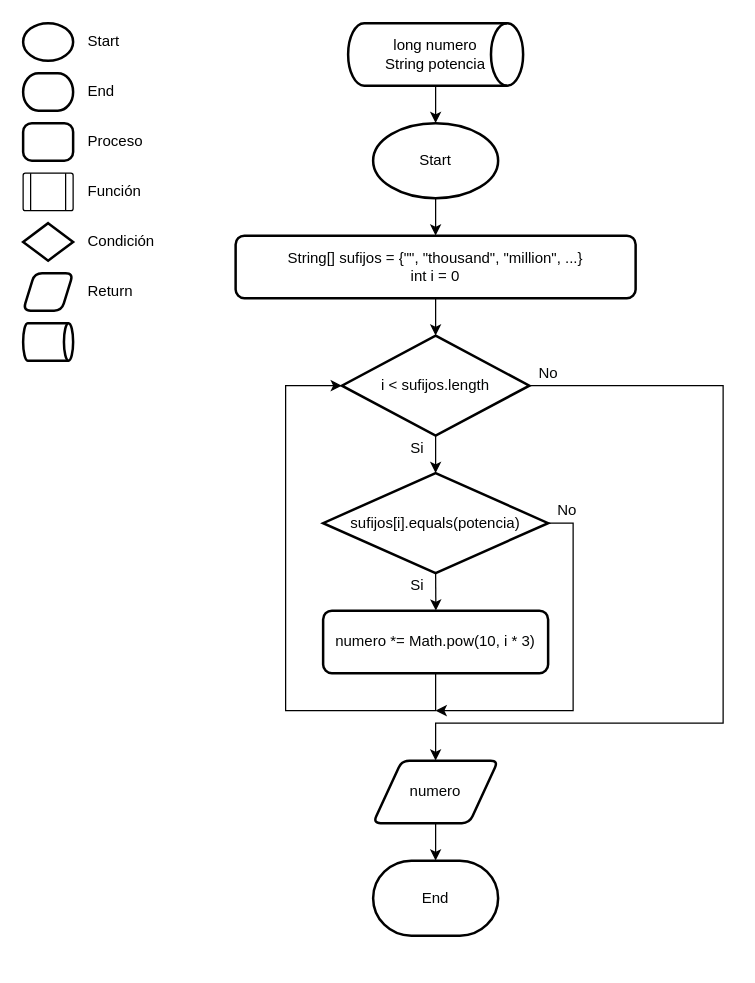
KyPH-Phoenix/Programacio-GS2021 keeps this draw.io diagram as Proyectos intellij/Practica 1 - NUMBERS/diagrama de flujo - multiplicarPorPotencia.drawio. Above is the earlier version. Source tidied: cells renumbered, new cells numbered last; positions are measured from the earlier drawing's top-left corner, leaving out a move shared by most shapes. Both pictures are drawn from the tidied source at 125%, with x=0, y=0 at pixel (22, 22).
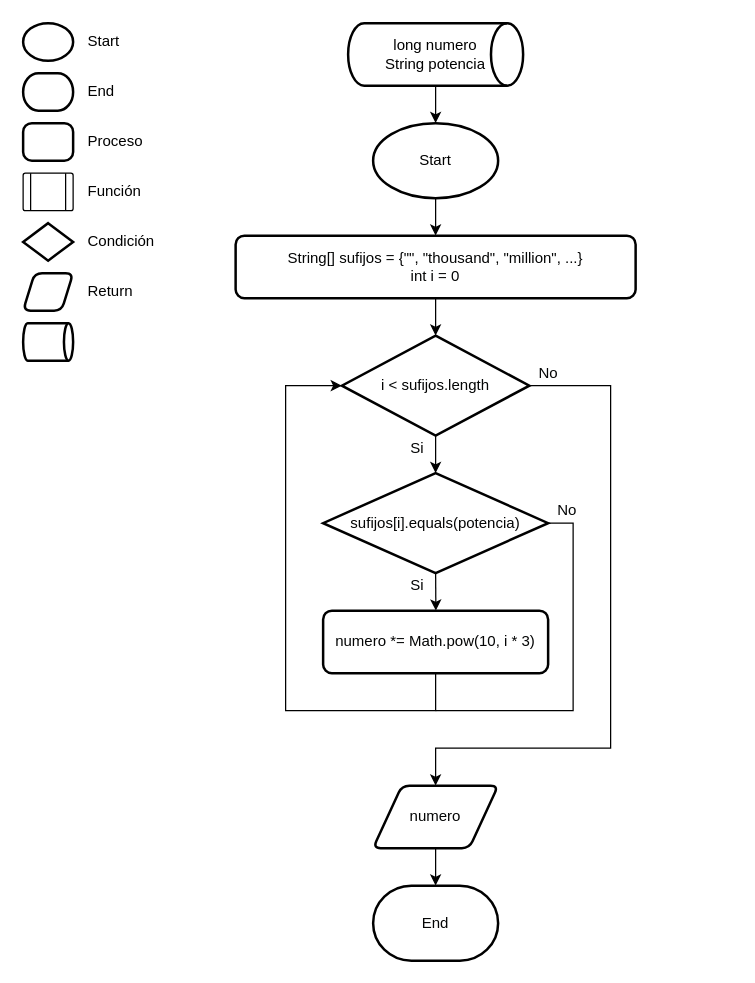
The same diagram, later.

The change refers to these unchanged cells:
```xml
<mxCell id="23" value="i &amp;lt; sufijos.length" style="strokeWidth=2;html=1;shape=mxgraph.flowchart.decision;whiteSpace=wrap;labelBackgroundColor=none;fontFamily=Helvetica;fontColor=#040505;" parent="1" vertex="1">
  <mxGeometry x="255" y="250" width="150" height="80" as="geometry" />
</mxCell>
<mxCell id="28" value="sufijos[i].equals(potencia)" style="strokeWidth=2;html=1;shape=mxgraph.flowchart.decision;whiteSpace=wrap;labelBackgroundColor=none;fontFamily=Helvetica;fontColor=#040505;" parent="1" vertex="1">
  <mxGeometry x="240" y="360" width="180" height="80" as="geometry" />
</mxCell>
```

What changed in the source:
```diff
@@
     <mxCell id="22" style="edgeStyle=orthogonalEdgeStyle;rounded=0;jettySize=auto;html=1;exitX=1;exitY=0.5;exitDx=0;exitDy=0;exitPerimeter=0;fontFamily=Helvetica;fontColor=#040505;endArrow=classic;endFill=1;entryX=0.5;entryY=0;entryDx=0;entryDy=0;" parent="1" edge="1" source="23" target="34">
       <mxGeometry relative="1" as="geometry">
         <Array as="points">
-          <mxPoint x="560" y="290" />
-          <mxPoint x="560" y="560" />
-          <mxPoint x="330" y="560" />
+          <mxPoint x="470" y="290" />
+          <mxPoint x="470" y="580" />
+          <mxPoint x="330" y="580" />
         </Array>
       </mxGeometry>
     </mxCell>
@@
-    <mxCell id="27" style="edgeStyle=orthogonalEdgeStyle;rounded=0;jettySize=auto;html=1;exitX=1;exitY=0.5;exitDx=0;exitDy=0;exitPerimeter=0;fontFamily=Helvetica;fontColor=#040505;endArrow=classic;endFill=1;" parent="1" edge="1" source="28">
+    <mxCell id="27" style="edgeStyle=orthogonalEdgeStyle;rounded=0;jettySize=auto;html=1;exitX=1;exitY=0.5;exitDx=0;exitDy=0;exitPerimeter=0;fontFamily=Helvetica;fontColor=#040505;endArrow=none;endFill=0;" parent="1" edge="1" source="28">
       <mxGeometry relative="1" as="geometry">
         <mxPoint x="330" y="550" as="targetPoint" />
         <Array as="points">
           <mxPoint x="440" y="400" />
           <mxPoint x="440" y="550" />
         </Array>
       </mxGeometry>
     </mxCell>
@@
     <mxCell id="34" value="numero" style="shape=parallelogram;html=1;strokeWidth=2;perimeter=parallelogramPerimeter;whiteSpace=wrap;rounded=1;arcSize=12;size=0.23;labelBackgroundColor=none;fontFamily=Helvetica;fontColor=#040505;" parent="1" vertex="1">
-      <mxGeometry x="280" y="590" width="100" height="50" as="geometry" />
+      <mxGeometry x="280" y="610" width="100" height="50" as="geometry" />
     </mxCell>
     <mxCell id="35" value="End" style="strokeWidth=2;html=1;shape=mxgraph.flowchart.terminator;whiteSpace=wrap;labelBackgroundColor=none;fontFamily=Helvetica;fontColor=#040505;" parent="1" vertex="1">
-      <mxGeometry x="280" y="670" width="100" height="60" as="geometry" />
+      <mxGeometry x="280" y="690" width="100" height="60" as="geometry" />
     </mxCell>
```
